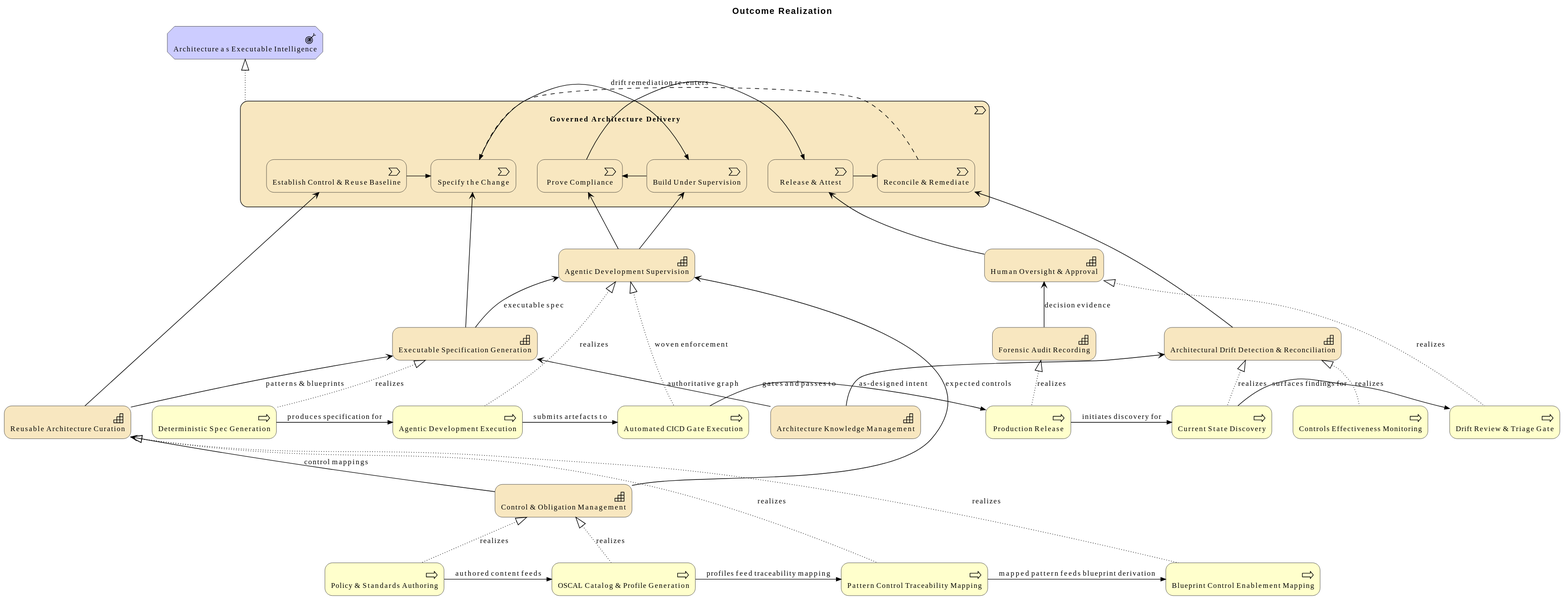
Before: architecture/model/diagrams/vision/outcome-realization.svg, a diagram exported from PlantUML (wolffy-au/frictionless-architect).
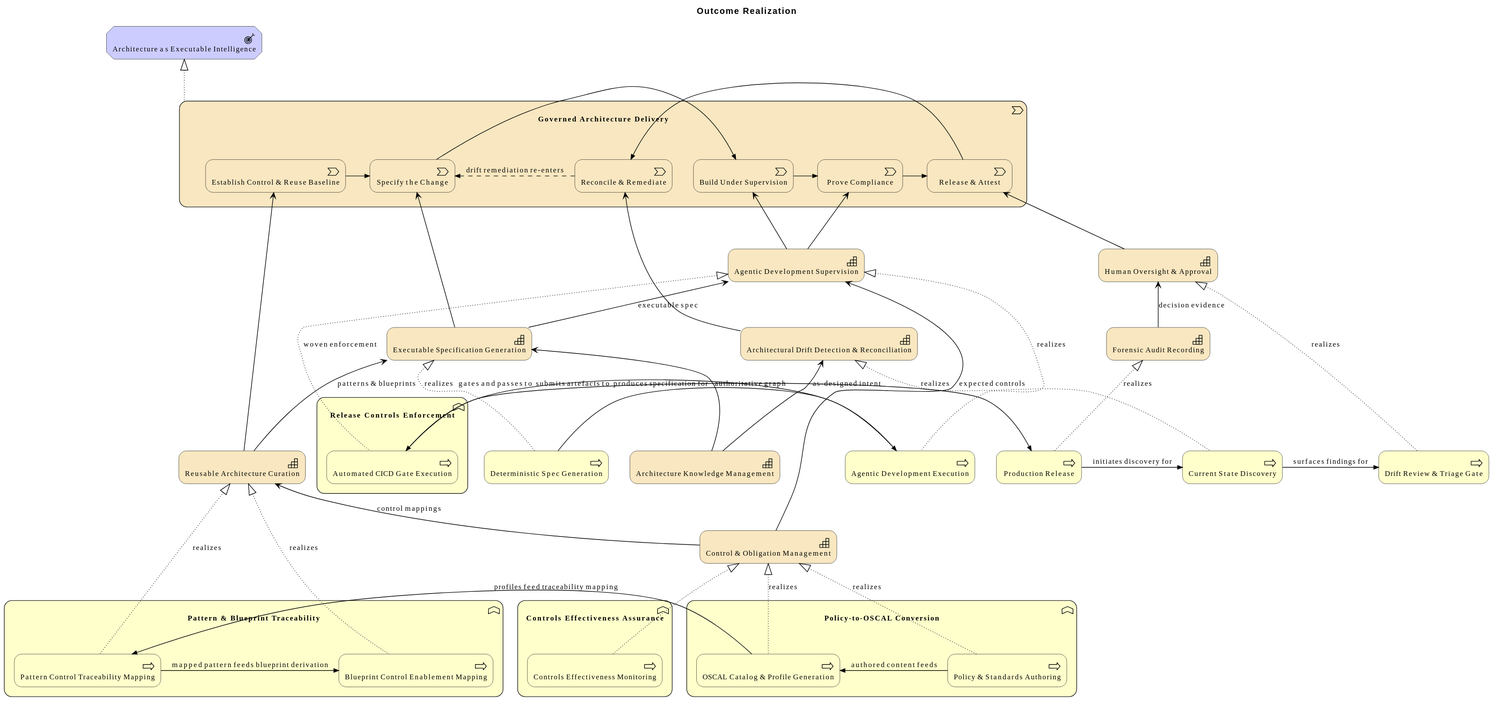
After the commit.

Commit message:
feat(model): wire GH #7 bfn-* into outcome-realization; fix effectiveness capability target

What changed in the source:
```diff
@@ -22,15 +22,23 @@
 }
 Business_Process(e_id65467a0befb959, "Deterministic Spec Generation")
 Business_Process(e_id0ee6a752deff52, "Agentic Development Execution")
-Business_Process(e_id799f46ebb7e15b, "Automated CICD Gate Execution")
 Business_Process(e_id9459a13c29ec5d, "Production Release")
 Business_Process(e_id3a7a27eefeb751, "Current State Discovery")
 Business_Process(e_id33612ed603b85e, "Drift Review & Triage Gate")
-Business_Process(e_id14fa9f783d5350, "Policy & Standards Authoring")
-Business_Process(e_idfeca8b2013795e, "OSCAL Catalog & Profile Generation")
-Business_Process(e_id65065ee24d3c54, "Pattern Control Traceability Mapping")
-Business_Process(e_id378927722a8d5a, "Blueprint Control Enablement Mapping")
-Business_Process(e_id18a08f8aff8057, "Controls Effectiveness Monitoring")
+Business_Function(e_id108dc21cee6055, "Policy-to-OSCAL Conversion") {
+  Business_Process(e_id14fa9f783d5350, "Policy & Standards Authoring")
+  Business_Process(e_idfeca8b2013795e, "OSCAL Catalog & Profile Generation")
+}
+Business_Function(e_id4b6cc961fa6750, "Pattern & Blueprint Traceability") {
+  Business_Process(e_id65065ee24d3c54, "Pattern Control Traceability Mapping")
+  Business_Process(e_id378927722a8d5a, "Blueprint Control Enablement Mapping")
+}
+Business_Function(e_idad8299f88c0556, "Release Controls Enforcement") {
+  Business_Process(e_id799f46ebb7e15b, "Automated CICD Gate Execution")
+}
+Business_Function(e_id31d47ac8153e5c, "Controls Effectiveness Assurance") {
+  Business_Process(e_id18a08f8aff8057, "Controls Effectiveness Monitoring")
+}
 
 Rel_Realization_Up(e_idcd5e1d4017725d, e_idfbcf1e02e62655, "")
 Rel_Serving_Up(e_id752d1de3794f5f, e_id447909387df55c, "")
@@ -70,5 +78,5 @@
 Rel_Triggering_Right(e_id14fa9f783d5350, e_idfeca8b2013795e, "authored content feeds")
 Rel_Triggering_Right(e_idfeca8b2013795e, e_id65065ee24d3c54, "profiles feed traceability mapping")
 Rel_Triggering_Right(e_id65065ee24d3c54, e_id378927722a8d5a, "mapped pattern feeds blueprint derivation")
-Rel_Realization_Up(e_id18a08f8aff8057, e_id41aa3eb894c852, "realizes")
+Rel_Realization_Up(e_id18a08f8aff8057, e_id72468b5b403450, "")
 @enduml
```
